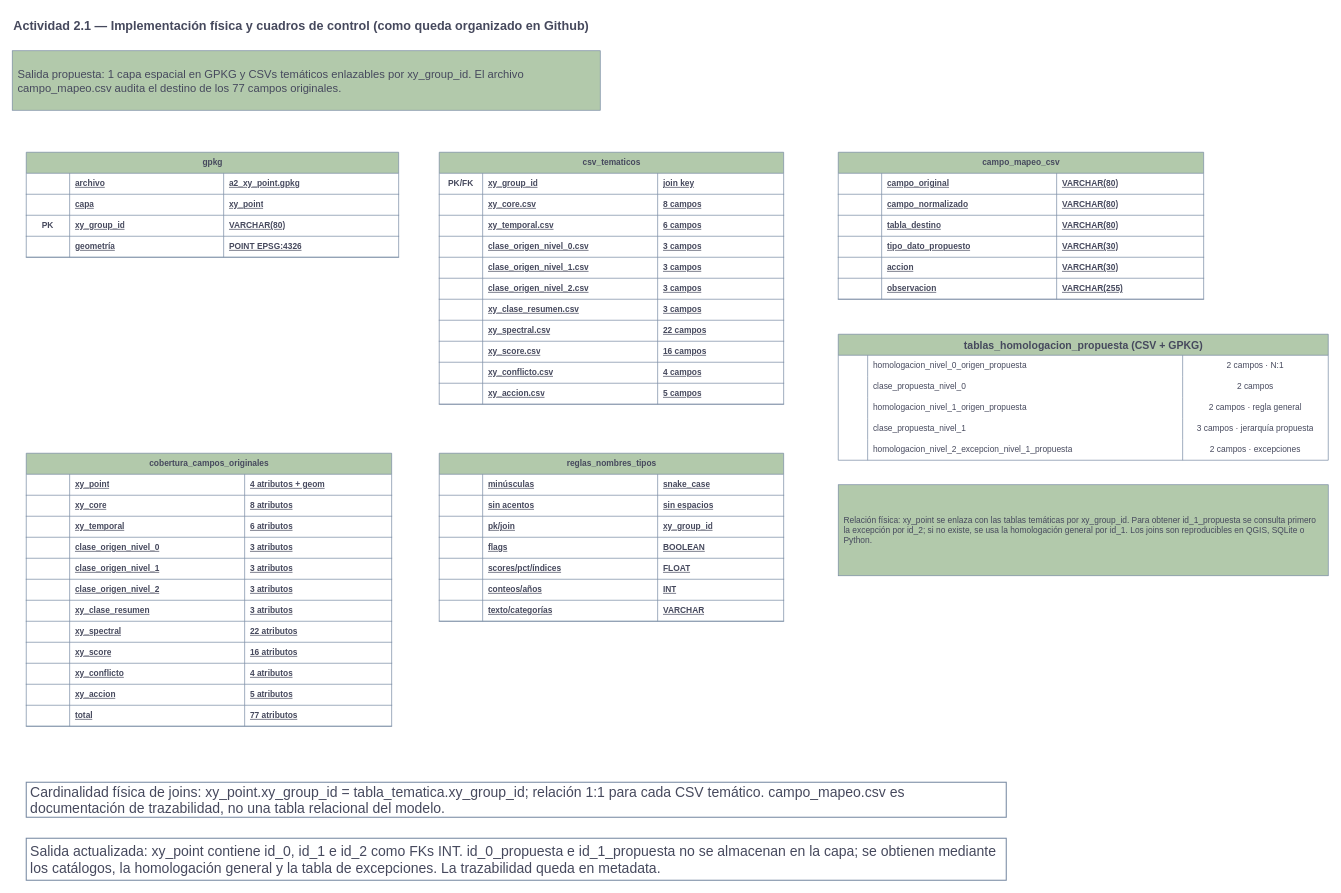
The draw.io diagram page "03_implementacion_fisica" (3 of 4) of docs/actividad_2/A2_1_normalizacion/propuesta_normalizacion/actividad_2_1_modelo_ordenado.drawio in CrisVolcano/PGBM_actividad_1_diagnostico, before the edit. Source tidied: cells renumbered, new cells numbered last; positions are measured from the earlier drawing's top-left corner, leaving out a move shared by most shapes. Both pictures are drawn from the tidied source at 70%, with x=0, y=0 at pixel (12, 12).
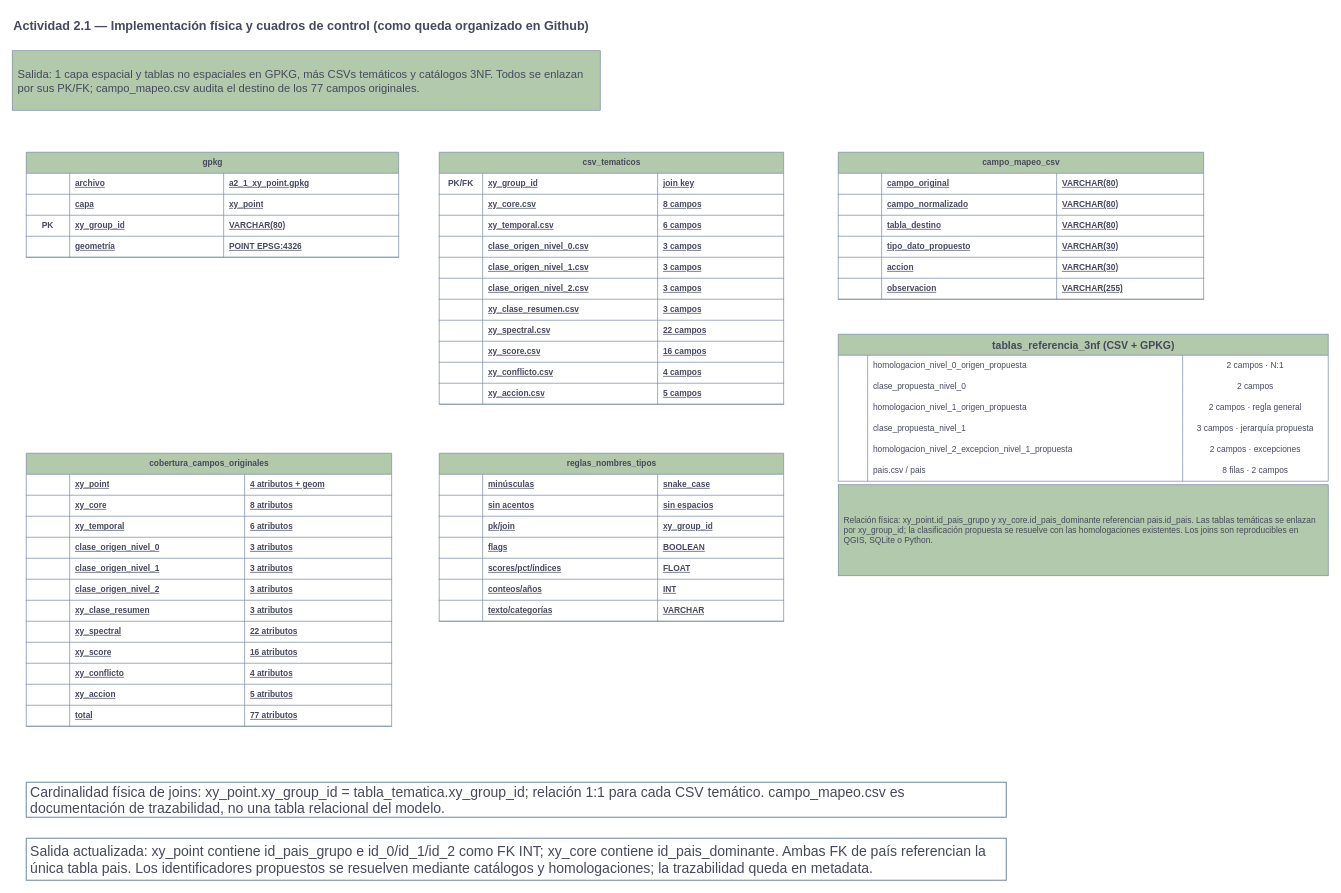
The same diagram, later.

The change refers to these unchanged cells:
```xml
<mxCell id="5" style="shape=tableRow;horizontal=0;startSize=0;swimlaneHead=0;swimlaneBody=0;fillColor=none;top=0;left=0;right=0;bottom=1;labelBackgroundColor=none;strokeColor=#788AA3;fontColor=#46495D;" parent="4" vertex="1">
  <mxGeometry y="30" width="532" height="30" as="geometry" />
</mxCell>
```

What changed in the source:
```diff
@@
-    <mxCell id="3" value="Salida propuesta: 1 capa espacial en GPKG y CSVs temáticos enlazables por xy_group_id. El archivo campo_mapeo.csv audita el destino de los 77 campos originales." style="rounded=0;whiteSpace=wrap;html=1;fillColor=#B2C9AB;strokeColor=#788AA3;fontColor=#46495D;align=left;spacing=8;fontSize=16;" parent="1" vertex="1">
+    <mxCell id="3" value="Salida: 1 capa espacial y tablas no espaciales en GPKG, más CSVs temáticos y catálogos 3NF. Todos se enlazan por sus PK/FK; campo_mapeo.csv audita el destino de los 77 campos originales." style="rounded=0;whiteSpace=wrap;html=1;fillColor=#B2C9AB;strokeColor=#788AA3;fontColor=#46495D;align=left;spacing=8;fontSize=16;" parent="1" vertex="1">
       <mxGeometry y="55" width="840" height="85" as="geometry" />
     </mxCell>
@@
-    <mxCell id="8" value="a2_xy_point.gpkg" style="shape=partialRectangle;fillColor=none;top=0;left=0;bottom=0;right=0;overflow=hidden;whiteSpace=wrap;html=1;labelBackgroundColor=none;strokeColor=#788AA3;fontColor=#46495D;align=left;spacingLeft=6;fontStyle=5;" parent="5" vertex="1">
+    <mxCell id="8" value="a2_1_xy_point.gpkg" style="shape=partialRectangle;fillColor=none;top=0;left=0;bottom=0;right=0;overflow=hidden;whiteSpace=wrap;html=1;labelBackgroundColor=none;strokeColor=#788AA3;fontColor=#46495D;align=left;spacingLeft=6;fontStyle=5;" parent="5" vertex="1">
       <mxGeometry x="282" width="250" height="30" as="geometry" />
     </mxCell>
@@
-    <mxCell id="170" value="Salida actualizada: xy_point contiene id_0, id_1 e id_2 como FKs INT. id_0_propuesta e id_1_propuesta no se almacenan en la capa; se obtienen mediante los catálogos, la homologación general y la tabla de excepciones. La trazabilidad queda en metadata." style="rounded=0;whiteSpace=wrap;html=1;fillColor=#ffffff;strokeColor=#788AA3;strokeWidth=1.5;fontSize=20;fontColor=#46495D;align=left;verticalAlign=middle;spacing=6;" parent="1" vertex="1">
+    <mxCell id="170" value="Salida actualizada: xy_point contiene id_pais_grupo e id_0/id_1/id_2 como FK INT; xy_core contiene id_pais_dominante. Ambas FK de país referencian la única tabla pais. Los identificadores propuestos se resuelven mediante catálogos y homologaciones; la trazabilidad queda en metadata." style="rounded=0;whiteSpace=wrap;html=1;fillColor=#ffffff;strokeColor=#788AA3;strokeWidth=1.5;fontSize=20;fontColor=#46495D;align=left;verticalAlign=middle;spacing=6;" parent="1" vertex="1">
       <mxGeometry x="20" y="1180" width="1400" height="60" as="geometry" />
     </mxCell>
-    <mxCell id="171" value="tablas_homologacion_propuesta (CSV + GPKG)" style="shape=table;startSize=30;childLayout=tableLayout;rowLines=0;fontStyle=1;align=center;html=1;labelBackgroundColor=none;fillColor=#B2C9AB;strokeColor=#788AA3;fontColor=#46495D;fontSize=15;" parent="1" vertex="1">
-      <mxGeometry x="1180" y="460" width="700" height="180" as="geometry" />
+    <mxCell id="171" value="tablas_referencia_3nf (CSV + GPKG)" style="shape=table;startSize=30;childLayout=tableLayout;rowLines=0;fontStyle=1;align=center;html=1;labelBackgroundColor=none;fillColor=#B2C9AB;strokeColor=#788AA3;fontColor=#46495D;fontSize=15;" parent="1" vertex="1">
+      <mxGeometry x="1180" y="460" width="700" height="210" as="geometry" />
     </mxCell>
@@
+    <mxCell id="193" style="shape=tableRow;horizontal=0;startSize=0;swimlaneHead=0;swimlaneBody=0;fillColor=none;top=0;left=0;bottom=0;right=0;" parent="171" vertex="1">
+      <mxGeometry y="180" width="700" height="30" as="geometry" />
+    </mxCell>
+    <mxCell id="194" style="shape=partialRectangle;fillColor=none;top=0;left=0;bottom=0;right=0;overflow=hidden;whiteSpace=wrap;html=1;labelBackgroundColor=none;strokeColor=#788AA3;fontColor=#46495D;align=left;spacingLeft=6;fontStyle=1;align=center;spacingLeft=0;" parent="193" vertex="1">
+      <mxGeometry width="42" height="30" as="geometry" />
+    </mxCell>
+    <mxCell id="195" value="pais.csv / pais" style="shape=partialRectangle;fillColor=none;top=0;left=0;bottom=0;right=0;overflow=hidden;whiteSpace=wrap;html=1;labelBackgroundColor=none;strokeColor=#788AA3;fontColor=#46495D;align=left;spacingLeft=6;" parent="193" vertex="1">
+      <mxGeometry x="42" width="450" height="30" as="geometry" />
+    </mxCell>
+    <mxCell id="196" value="8 filas · 2 campos" style="shape=partialRectangle;fillColor=none;top=0;left=0;bottom=0;right=0;overflow=hidden;whiteSpace=wrap;html=1;labelBackgroundColor=none;strokeColor=#788AA3;fontColor=#46495D;align=left;spacingLeft=6;align=center;spacingLeft=0;" parent="193" vertex="1">
+      <mxGeometry x="492" width="208" height="30" as="geometry" />
+    </mxCell>
-    <mxCell id="192" value="Relación física: xy_point se enlaza con las tablas temáticas por xy_group_id. Para obtener id_1_propuesta se consulta primero la excepción por id_2; si no existe, se usa la homologación general por id_1. Los joins son reproducibles en QGIS, SQLite o Python." style="rounded=0;whiteSpace=wrap;html=1;fillColor=#B2C9AB;strokeColor=#788AA3;fontColor=#46495D;align=left;spacing=8;" parent="1" vertex="1">
+    <mxCell id="192" value="Relación física: xy_point.id_pais_grupo y xy_core.id_pais_dominante referencian pais.id_pais. Las tablas temáticas se enlazan por xy_group_id; la clasificación propuesta se resuelve con las homologaciones existentes. Los joins son reproducibles en QGIS, SQLite o Python." style="rounded=0;whiteSpace=wrap;html=1;fillColor=#B2C9AB;strokeColor=#788AA3;fontColor=#46495D;align=left;spacing=8;" parent="1" vertex="1">
       <mxGeometry x="1180" y="675" width="700" height="130" as="geometry" />
     </mxCell>
```
